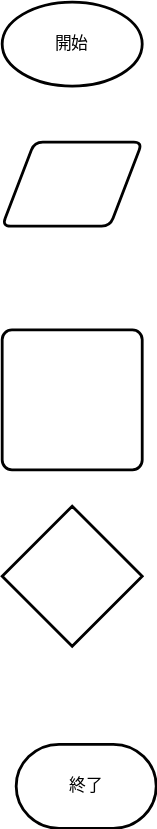
The draw.io diagram フローチャート.drawio.svg in kao126/flow-chart, before a commit. Source tidied: cells renumbered, new cells last; positions are measured from the earlier drawing's top-left corner, leaving out a move shared by most shapes. Its diagram source:
```xml
<mxGraphModel>
  <root>
    <mxCell id="0" />
    <mxCell id="1" parent="0" />
    <mxCell id="2" value="開始" style="strokeWidth=2;html=1;shape=mxgraph.flowchart.start_1;whiteSpace=wrap;" parent="1" vertex="1">
      <mxGeometry width="100" height="60" as="geometry" />
    </mxCell>
    <mxCell id="3" style="strokeWidth=2;html=1;shape=mxgraph.flowchart.decision;whiteSpace=wrap;" parent="1" vertex="1">
      <mxGeometry y="360" width="100" height="100" as="geometry" />
    </mxCell>
    <mxCell id="4" style="shape=parallelogram;html=1;strokeWidth=2;perimeter=parallelogramPerimeter;whiteSpace=wrap;rounded=1;arcSize=12;size=0.23;" parent="1" vertex="1">
      <mxGeometry y="100" width="100" height="60" as="geometry" />
    </mxCell>
    <mxCell id="5" style="rounded=1;whiteSpace=wrap;html=1;absoluteArcSize=1;arcSize=14;strokeWidth=2;" parent="1" vertex="1">
      <mxGeometry y="234" width="100" height="100" as="geometry" />
    </mxCell>
    <mxCell id="6" value="終了" style="strokeWidth=2;html=1;shape=mxgraph.flowchart.terminator;whiteSpace=wrap;" parent="1" vertex="1">
      <mxGeometry x="10" y="530" width="100" height="60" as="geometry" />
    </mxCell>
  </root>
</mxGraphModel>
```
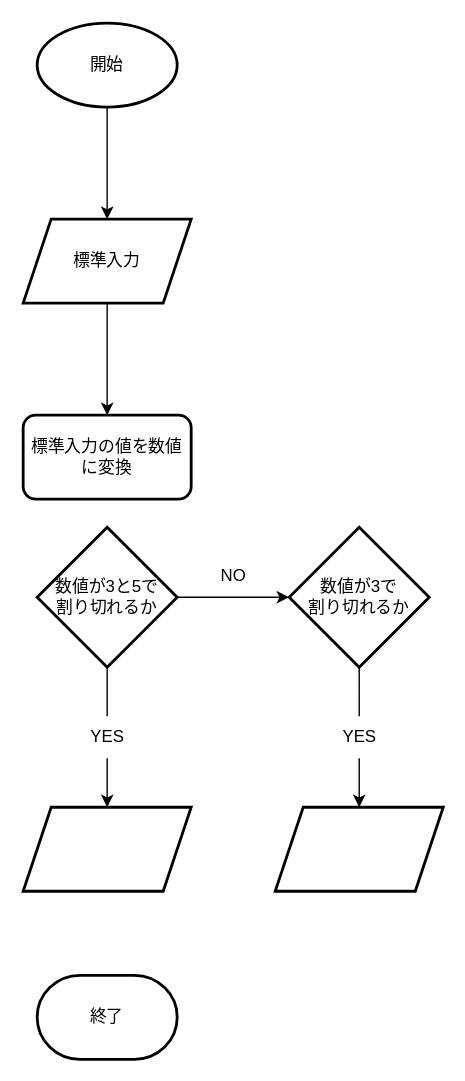
Above is the later version.

Commit message:
フローチャート更新

What changed in the source:
```diff
@@ -2,20 +2,59 @@
   <root>
     <mxCell id="0" />
     <mxCell id="1" parent="0" />
+    <mxCell id="7" style="edgeStyle=orthogonalEdgeStyle;rounded=0;jettySize=auto;html=1;startArrow=none;" parent="1" edge="1" source="20" target="13">
+      <mxGeometry relative="1" as="geometry" />
+    </mxCell>
+    <mxCell id="8" style="edgeStyle=orthogonalEdgeStyle;rounded=0;jettySize=auto;html=1;" parent="1" edge="1" source="2" target="15">
+      <mxGeometry relative="1" as="geometry" />
+    </mxCell>
     <mxCell id="2" value="開始" style="strokeWidth=2;html=1;shape=mxgraph.flowchart.start_1;whiteSpace=wrap;" parent="1" vertex="1">
       <mxGeometry width="100" height="60" as="geometry" />
     </mxCell>
+    <mxCell id="9" style="edgeStyle=orthogonalEdgeStyle;rounded=0;jettySize=auto;html=1;" parent="1" edge="1" source="3" target="11">
+      <mxGeometry relative="1" as="geometry" />
+    </mxCell>
+    <mxCell id="10" style="edgeStyle=orthogonalEdgeStyle;rounded=0;jettySize=auto;html=1;startArrow=none;" parent="1" edge="1" source="17" target="12">
+      <mxGeometry relative="1" as="geometry" />
+    </mxCell>
-    <mxCell id="3" style="strokeWidth=2;html=1;shape=mxgraph.flowchart.decision;whiteSpace=wrap;" parent="1" vertex="1">
+    <mxCell id="3" value="数値が3と5で&lt;br&gt;割り切れるか" style="strokeWidth=2;html=1;shape=mxgraph.flowchart.decision;whiteSpace=wrap;" parent="1" vertex="1">
       <mxGeometry y="360" width="100" height="100" as="geometry" />
     </mxCell>
-    <mxCell id="4" style="shape=parallelogram;html=1;strokeWidth=2;perimeter=parallelogramPerimeter;whiteSpace=wrap;rounded=1;arcSize=12;size=0.23;" parent="1" vertex="1">
-      <mxGeometry y="100" width="100" height="60" as="geometry" />
-    </mxCell>
-    <mxCell id="5" style="rounded=1;whiteSpace=wrap;html=1;absoluteArcSize=1;arcSize=14;strokeWidth=2;" parent="1" vertex="1">
-      <mxGeometry y="234" width="100" height="100" as="geometry" />
-    </mxCell>
     <mxCell id="6" value="終了" style="strokeWidth=2;html=1;shape=mxgraph.flowchart.terminator;whiteSpace=wrap;" parent="1" vertex="1">
-      <mxGeometry x="10" y="530" width="100" height="60" as="geometry" />
+      <mxGeometry y="680" width="100" height="60" as="geometry" />
     </mxCell>
+    <mxCell id="11" value="数値が3で&lt;br&gt;割り切れるか" style="strokeWidth=2;html=1;shape=mxgraph.flowchart.decision;whiteSpace=wrap;" parent="1" vertex="1">
+      <mxGeometry x="180" y="360" width="100" height="100" as="geometry" />
+    </mxCell>
+    <mxCell id="12" style="shape=parallelogram;perimeter=parallelogramPerimeter;whiteSpace=wrap;html=1;fixedSize=1;strokeWidth=2;" parent="1" vertex="1">
+      <mxGeometry x="-10" y="560" width="120" height="60" as="geometry" />
+    </mxCell>
+    <mxCell id="13" style="shape=parallelogram;perimeter=parallelogramPerimeter;whiteSpace=wrap;html=1;fixedSize=1;strokeWidth=2;" parent="1" vertex="1">
+      <mxGeometry x="170" y="560" width="120" height="60" as="geometry" />
+    </mxCell>
+    <mxCell id="14" style="edgeStyle=orthogonalEdgeStyle;rounded=0;jettySize=auto;html=1;" parent="1" edge="1" source="15" target="16">
+      <mxGeometry relative="1" as="geometry" />
+    </mxCell>
+    <mxCell id="15" value="標準入力" style="shape=parallelogram;perimeter=parallelogramPerimeter;whiteSpace=wrap;html=1;fixedSize=1;strokeWidth=2;" parent="1" vertex="1">
+      <mxGeometry x="-10" y="140" width="120" height="60" as="geometry" />
+    </mxCell>
+    <mxCell id="16" value="標準入力の値を数値に変換" style="rounded=1;whiteSpace=wrap;html=1;strokeWidth=2;" parent="1" vertex="1">
+      <mxGeometry x="-10" y="280" width="120" height="60" as="geometry" />
+    </mxCell>
+    <mxCell id="17" value="YES" style="text;html=1;align=center;verticalAlign=middle;points=[];strokeColor=none;fillColor=none;" parent="1" vertex="1">
+      <mxGeometry x="25" y="495" width="50" height="30" as="geometry" />
+    </mxCell>
+    <mxCell id="18" style="edgeStyle=orthogonalEdgeStyle;rounded=0;jettySize=auto;html=1;endArrow=none;" parent="1" edge="1" source="3" target="17">
+      <mxGeometry relative="1" as="geometry" />
+    </mxCell>
+    <mxCell id="19" value="NO" style="text;html=1;align=center;verticalAlign=middle;strokeColor=none;fillColor=none;" parent="1" vertex="1">
+      <mxGeometry x="120" y="380" width="40" height="30" as="geometry" />
+    </mxCell>
+    <mxCell id="20" value="YES" style="text;html=1;align=center;verticalAlign=middle;points=[];strokeColor=none;fillColor=none;" parent="1" vertex="1">
+      <mxGeometry x="205" y="495" width="50" height="30" as="geometry" />
+    </mxCell>
+    <mxCell id="21" style="edgeStyle=orthogonalEdgeStyle;rounded=0;jettySize=auto;html=1;endArrow=none;" parent="1" edge="1" source="11" target="20">
+      <mxGeometry relative="1" as="geometry" />
+    </mxCell>
   </root>
 </mxGraphModel>
```
